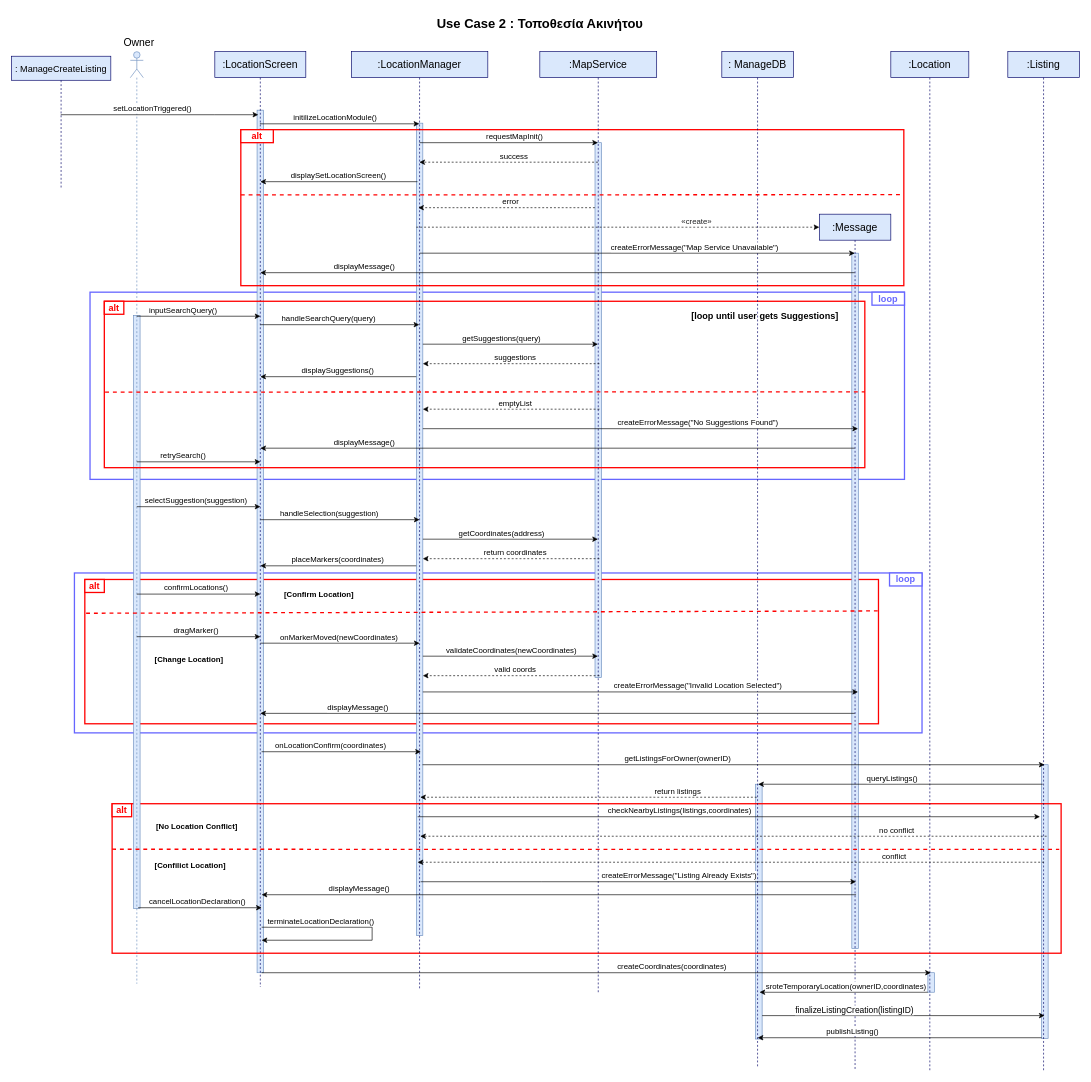
The draw.io diagram page "user-case-2" (2 of 15) of Παραδοτεο 3/sequences_new2.drawio in evelinastavropoulou/HomeLink, before the edit. Source tidied: cells renumbered, new cells numbered last; positions are measured from the earlier drawing's top-left corner, leaving out a move shared by most shapes. Both pictures are drawn from the tidied source at 65%, with x=0, y=0 at pixel (11, 11).
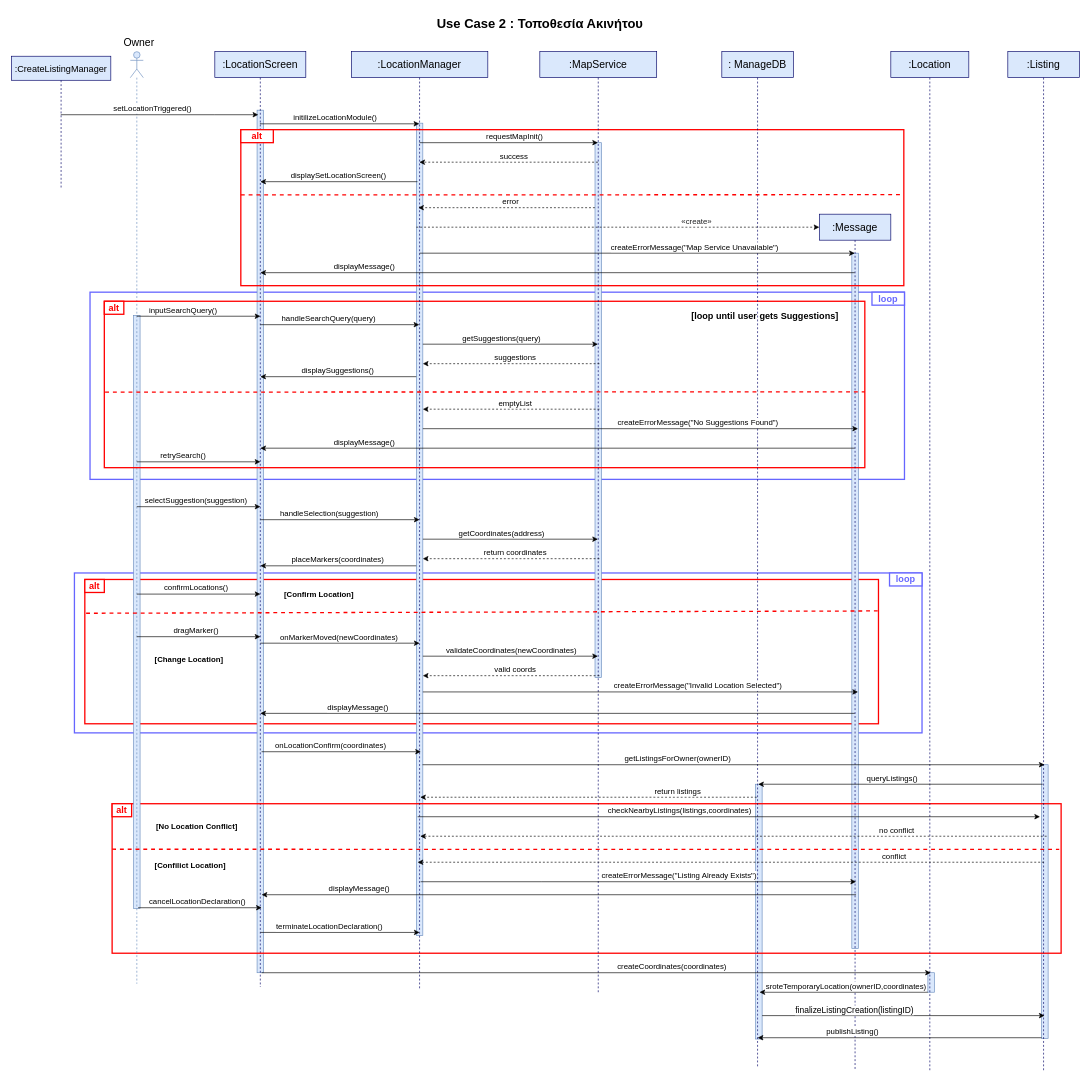
The same page after the edit.

The edit, as a diff of the source:
```diff
@@
-    <mxCell id="115" style="edgeStyle=orthogonalEdgeStyle;rounded=0;orthogonalLoop=1;jettySize=auto;html=1;curved=0;fontSize=14;" parent="1" edge="1">
-      <mxGeometry relative="1" as="geometry">
-        <mxPoint x="385.1" y="1409" as="sourcePoint" />
-        <mxPoint x="385" y="1429" as="targetPoint" />
-        <Array as="points">
-          <mxPoint x="555" y="1409" />
-          <mxPoint x="555" y="1429" />
-        </Array>
-      </mxGeometry>
-    </mxCell>
-    <mxCell id="116" value="terminateLocationDeclaration()" style="edgeLabel;html=1;align=center;verticalAlign=middle;fontSize=12;" parent="115" vertex="1">
-      <mxGeometry x="0.48" y="-1" relative="1" as="geometry">
-        <mxPoint x="-3" y="-29" as="offset" />
-      </mxGeometry>
-    </mxCell>
@@
-    <mxCell id="131" value="&lt;span style=&quot;font-size: 14px;&quot;&gt;: ManageCreateListing&lt;/span&gt;" style="shape=umlLifeline;perimeter=lifelinePerimeter;whiteSpace=wrap;html=1;outlineConnect=0;portConstraint=eastwest;newEdgeStyle={&quot;curved&quot;:0,&quot;rounded&quot;:0};fillColor=#dae8fc;strokeColor=#000066;fontSize=16;size=37;" parent="1" vertex="1">
+    <mxCell id="131" value="&lt;span style=&quot;font-size: 14px;&quot;&gt;:CreateListingManager&lt;/span&gt;" style="shape=umlLifeline;perimeter=lifelinePerimeter;whiteSpace=wrap;html=1;outlineConnect=0;portConstraint=eastwest;newEdgeStyle={&quot;curved&quot;:0,&quot;rounded&quot;:0};fillColor=#dae8fc;strokeColor=#000066;fontSize=16;size=37;" parent="1" vertex="1">
       <mxGeometry y="69" width="153" height="204" as="geometry" />
     </mxCell>
+    <mxCell id="132" style="endArrow=classic;html=1;rounded=0;fontSize=12;" parent="1" edge="1">
+      <mxGeometry relative="1" as="geometry">
+        <mxPoint x="383" y="1417" as="sourcePoint" />
+        <mxPoint x="628" y="1417" as="targetPoint" />
+      </mxGeometry>
+    </mxCell>
+    <mxCell id="116" value="terminateLocationDeclaration()" style="edgeLabel;html=1;align=center;verticalAlign=middle;fontSize=12;" parent="132" vertex="1">
+      <mxGeometry x="0.27" relative="1" as="geometry">
+        <mxPoint x="-51" y="-10" as="offset" />
+      </mxGeometry>
+    </mxCell>
```
